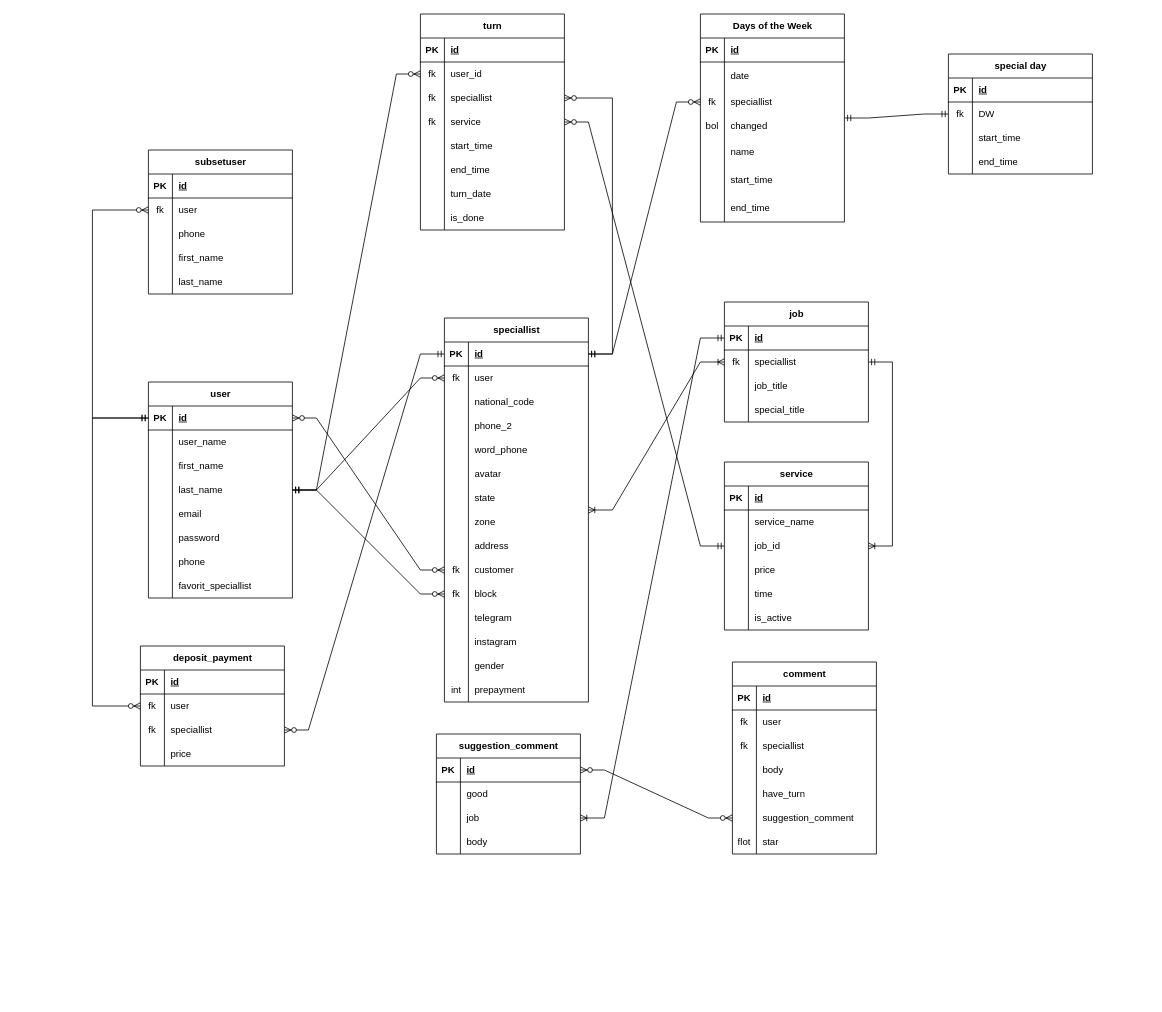
Before: Untitled Diagram.drawio in mahdizo3181/downloader, a draw.io diagram. Source tidied: cells renumbered, new cells numbered last; positions are measured from the earlier drawing's top-left corner, leaving out a move shared by most shapes. Both pictures are drawn from the tidied source at 80%, with x=0, y=0 at pixel (92, 14).
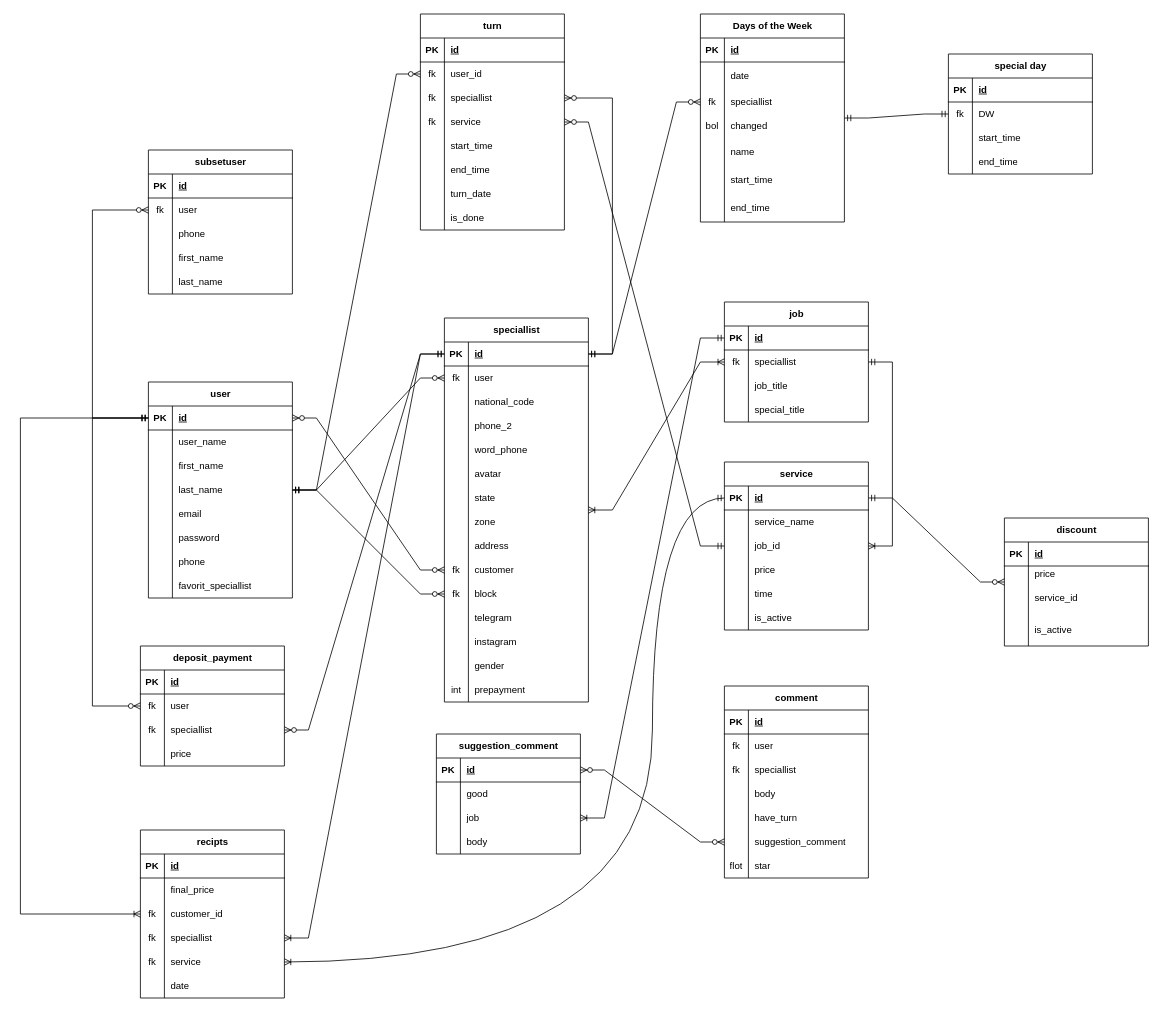
The same page after the edit.

Unchanged cells that the change refers to:
```xml
<mxCell id="3" style="shape=tableRow;horizontal=0;startSize=0;swimlaneHead=0;swimlaneBody=0;fillColor=none;points=[[0,0.5],[1,0.5]];portConstraint=eastwest;top=0;left=0;right=0;bottom=1;" parent="2" vertex="1">
  <mxGeometry y="30" width="180" height="30" as="geometry" />
</mxCell>
<mxCell id="49" style="shape=tableRow;horizontal=0;startSize=0;swimlaneHead=0;swimlaneBody=0;fillColor=none;points=[[0,0.5],[1,0.5]];portConstraint=eastwest;top=0;left=0;right=0;bottom=1;" parent="48" vertex="1">
  <mxGeometry y="30" width="180" height="30" as="geometry" />
</mxCell>
<mxCell id="90" style="shape=tableRow;horizontal=0;startSize=0;swimlaneHead=0;swimlaneBody=0;fillColor=none;points=[[0,0.5],[1,0.5]];portConstraint=eastwest;top=0;left=0;right=0;bottom=1;" parent="89" vertex="1">
  <mxGeometry y="30" width="180" height="30" as="geometry" />
</mxCell>
```

Diff of the diagram source:
```diff
@@
     <mxCell id="108" value="comment" style="shape=table;startSize=30;childLayout=tableLayout;rowLines=0;fontStyle=1;align=center;html=1;" parent="1" vertex="1">
-      <mxGeometry x="800" y="810" width="180" height="240" as="geometry" />
+      <mxGeometry x="790" y="840" width="180" height="240" as="geometry" />
     </mxCell>
@@
+    <mxCell id="244" value="discount" style="shape=table;startSize=30;childLayout=tableLayout;rowLines=0;fontStyle=1;align=center;html=1;" parent="1" vertex="1">
+      <mxGeometry x="1140" y="630" width="180" height="160" as="geometry" />
+    </mxCell>
+    <mxCell id="245" style="shape=tableRow;horizontal=0;startSize=0;swimlaneHead=0;swimlaneBody=0;fillColor=none;top=0;left=0;right=0;bottom=1;" parent="244" vertex="1">
+      <mxGeometry y="30" width="180" height="30" as="geometry" />
+    </mxCell>
+    <mxCell id="246" value="PK" style="shape=partialRectangle;fillColor=none;top=0;left=0;bottom=0;right=0;fontStyle=1;overflow=hidden;whiteSpace=wrap;html=1;" parent="245" vertex="1">
+      <mxGeometry width="30" height="30" as="geometry" />
+    </mxCell>
+    <mxCell id="247" value="id" style="shape=partialRectangle;fillColor=none;top=0;left=0;bottom=0;right=0;align=left;spacingLeft=6;fontStyle=5;overflow=hidden;whiteSpace=wrap;html=1;" parent="245" vertex="1">
+      <mxGeometry x="30" width="150" height="30" as="geometry" />
+    </mxCell>
+    <mxCell id="248" style="shape=tableRow;horizontal=0;startSize=0;swimlaneHead=0;swimlaneBody=0;fillColor=none;top=0;left=0;right=0;bottom=0;" parent="244" vertex="1">
+      <mxGeometry y="60" width="180" height="20" as="geometry" />
+    </mxCell>
+    <mxCell id="249" style="shape=partialRectangle;fillColor=none;top=0;left=0;bottom=0;right=0;overflow=hidden;whiteSpace=wrap;html=1;" parent="248" vertex="1">
+      <mxGeometry width="30" height="20" as="geometry" />
+    </mxCell>
+    <mxCell id="250" value="price" style="shape=partialRectangle;fillColor=none;top=0;left=0;bottom=0;right=0;align=left;spacingLeft=6;overflow=hidden;whiteSpace=wrap;html=1;" parent="248" vertex="1">
+      <mxGeometry x="30" width="150" height="20" as="geometry" />
+    </mxCell>
+    <mxCell id="251" style="shape=tableRow;horizontal=0;startSize=0;swimlaneHead=0;swimlaneBody=0;fillColor=none;top=0;left=0;right=0;bottom=0;" parent="244" vertex="1">
+      <mxGeometry y="80" width="180" height="40" as="geometry" />
+    </mxCell>
+    <mxCell id="252" style="shape=partialRectangle;fillColor=none;top=0;left=0;bottom=0;right=0;overflow=hidden;whiteSpace=wrap;html=1;" parent="251" vertex="1">
+      <mxGeometry width="30" height="40" as="geometry" />
+    </mxCell>
+    <mxCell id="253" value="service_id" style="shape=partialRectangle;fillColor=none;top=0;left=0;bottom=0;right=0;align=left;spacingLeft=6;overflow=hidden;whiteSpace=wrap;html=1;" parent="251" vertex="1">
+      <mxGeometry x="30" width="150" height="40" as="geometry" />
+    </mxCell>
+    <mxCell id="254" style="shape=tableRow;horizontal=0;startSize=0;swimlaneHead=0;swimlaneBody=0;fillColor=none;top=0;left=0;right=0;bottom=0;" parent="244" vertex="1">
+      <mxGeometry y="120" width="180" height="40" as="geometry" />
+    </mxCell>
+    <mxCell id="255" style="shape=partialRectangle;fillColor=none;top=0;left=0;bottom=0;right=0;overflow=hidden;whiteSpace=wrap;html=1;" parent="254" vertex="1">
+      <mxGeometry width="30" height="40" as="geometry" />
+    </mxCell>
+    <mxCell id="256" value="is_active" style="shape=partialRectangle;fillColor=none;top=0;left=0;bottom=0;right=0;align=left;spacingLeft=6;overflow=hidden;whiteSpace=wrap;html=1;" parent="254" vertex="1">
+      <mxGeometry x="30" width="150" height="40" as="geometry" />
+    </mxCell>
+    <mxCell id="257" style="edgeStyle=entityRelationEdgeStyle;fontSize=12;html=1;endArrow=ERzeroToMany;startArrow=ERmandOne;rounded=0;" parent="1" edge="1" source="90" target="244">
+      <mxGeometry relative="1" as="geometry" />
+    </mxCell>
+    <mxCell id="258" value="recipts" style="shape=table;startSize=30;childLayout=tableLayout;rowLines=0;fontStyle=1;align=center;html=1;" parent="1" vertex="1">
+      <mxGeometry x="60" y="1020" width="180" height="210" as="geometry" />
+    </mxCell>
+    <mxCell id="259" style="shape=tableRow;horizontal=0;startSize=0;swimlaneHead=0;swimlaneBody=0;fillColor=none;top=0;left=0;right=0;bottom=1;" parent="258" vertex="1">
+      <mxGeometry y="30" width="180" height="30" as="geometry" />
+    </mxCell>
+    <mxCell id="260" value="PK" style="shape=partialRectangle;fillColor=none;top=0;left=0;bottom=0;right=0;fontStyle=1;overflow=hidden;whiteSpace=wrap;html=1;" parent="259" vertex="1">
+      <mxGeometry width="30" height="30" as="geometry" />
+    </mxCell>
+    <mxCell id="261" value="id" style="shape=partialRectangle;fillColor=none;top=0;left=0;bottom=0;right=0;align=left;spacingLeft=6;fontStyle=5;overflow=hidden;whiteSpace=wrap;html=1;" parent="259" vertex="1">
+      <mxGeometry x="30" width="150" height="30" as="geometry" />
+    </mxCell>
+    <mxCell id="262" style="shape=tableRow;horizontal=0;startSize=0;swimlaneHead=0;swimlaneBody=0;fillColor=none;top=0;left=0;right=0;bottom=0;" parent="258" vertex="1">
+      <mxGeometry y="60" width="180" height="30" as="geometry" />
+    </mxCell>
+    <mxCell id="263" style="shape=partialRectangle;fillColor=none;top=0;left=0;bottom=0;right=0;overflow=hidden;whiteSpace=wrap;html=1;" parent="262" vertex="1">
+      <mxGeometry width="30" height="30" as="geometry" />
+    </mxCell>
+    <mxCell id="264" value="final_price" style="shape=partialRectangle;fillColor=none;top=0;left=0;bottom=0;right=0;align=left;spacingLeft=6;overflow=hidden;whiteSpace=wrap;html=1;" parent="262" vertex="1">
+      <mxGeometry x="30" width="150" height="30" as="geometry" />
+    </mxCell>
+    <mxCell id="265" style="shape=tableRow;horizontal=0;startSize=0;swimlaneHead=0;swimlaneBody=0;fillColor=none;points=[[0,0.5],[1,0.5]];portConstraint=eastwest;top=0;left=0;right=0;bottom=0;" parent="258" vertex="1">
+      <mxGeometry y="90" width="180" height="30" as="geometry" />
+    </mxCell>
+    <mxCell id="266" value="fk" style="shape=partialRectangle;fillColor=none;top=0;left=0;bottom=0;right=0;overflow=hidden;whiteSpace=wrap;html=1;" parent="265" vertex="1">
+      <mxGeometry width="30" height="30" as="geometry" />
+    </mxCell>
+    <mxCell id="267" value="customer_id" style="shape=partialRectangle;fillColor=none;top=0;left=0;bottom=0;right=0;align=left;spacingLeft=6;overflow=hidden;whiteSpace=wrap;html=1;" parent="265" vertex="1">
+      <mxGeometry x="30" width="150" height="30" as="geometry" />
+    </mxCell>
+    <mxCell id="268" style="shape=tableRow;horizontal=0;startSize=0;swimlaneHead=0;swimlaneBody=0;fillColor=none;points=[[0,0.5],[1,0.5]];portConstraint=eastwest;top=0;left=0;right=0;bottom=0;" parent="258" vertex="1">
+      <mxGeometry y="120" width="180" height="30" as="geometry" />
+    </mxCell>
+    <mxCell id="269" value="fk" style="shape=partialRectangle;fillColor=none;top=0;left=0;bottom=0;right=0;overflow=hidden;whiteSpace=wrap;html=1;" parent="268" vertex="1">
+      <mxGeometry width="30" height="30" as="geometry" />
+    </mxCell>
+    <mxCell id="270" value="speciallist" style="shape=partialRectangle;fillColor=none;top=0;left=0;bottom=0;right=0;align=left;spacingLeft=6;overflow=hidden;whiteSpace=wrap;html=1;" parent="268" vertex="1">
+      <mxGeometry x="30" width="150" height="30" as="geometry" />
+    </mxCell>
+    <mxCell id="271" style="shape=tableRow;horizontal=0;startSize=0;swimlaneHead=0;swimlaneBody=0;fillColor=none;points=[[0,0.5],[1,0.5]];portConstraint=eastwest;top=0;left=0;right=0;bottom=0;" parent="258" vertex="1">
+      <mxGeometry y="150" width="180" height="30" as="geometry" />
+    </mxCell>
+    <mxCell id="272" value="fk" style="shape=partialRectangle;fillColor=none;top=0;left=0;bottom=0;right=0;overflow=hidden;whiteSpace=wrap;html=1;" parent="271" vertex="1">
+      <mxGeometry width="30" height="30" as="geometry" />
+    </mxCell>
+    <mxCell id="273" value="service" style="shape=partialRectangle;fillColor=none;top=0;left=0;bottom=0;right=0;align=left;spacingLeft=6;overflow=hidden;whiteSpace=wrap;html=1;" parent="271" vertex="1">
+      <mxGeometry x="30" width="150" height="30" as="geometry" />
+    </mxCell>
+    <mxCell id="274" style="shape=tableRow;horizontal=0;startSize=0;swimlaneHead=0;swimlaneBody=0;fillColor=none;top=0;left=0;right=0;bottom=0;" parent="258" vertex="1">
+      <mxGeometry y="180" width="180" height="30" as="geometry" />
+    </mxCell>
+    <mxCell id="275" style="shape=partialRectangle;fillColor=none;top=0;left=0;bottom=0;right=0;overflow=hidden;whiteSpace=wrap;html=1;" parent="274" vertex="1">
+      <mxGeometry width="30" height="30" as="geometry" />
+    </mxCell>
+    <mxCell id="276" value="date" style="shape=partialRectangle;fillColor=none;top=0;left=0;bottom=0;right=0;align=left;spacingLeft=6;overflow=hidden;whiteSpace=wrap;html=1;" parent="274" vertex="1">
+      <mxGeometry x="30" width="150" height="30" as="geometry" />
+    </mxCell>
+    <mxCell id="277" style="edgeStyle=elbowEdgeStyle;fontSize=12;html=1;endArrow=ERoneToMany;startArrow=ERmandOne;rounded=0;" parent="1" edge="1" source="49" target="265">
+      <mxGeometry relative="1" as="geometry">
+        <Array as="points">
+          <mxPoint x="-90" y="910" />
+        </Array>
+      </mxGeometry>
+    </mxCell>
+    <mxCell id="278" style="edgeStyle=entityRelationEdgeStyle;fontSize=12;html=1;endArrow=ERoneToMany;startArrow=ERmandOne;rounded=0;" parent="1" edge="1" source="3" target="268">
+      <mxGeometry relative="1" as="geometry" />
+    </mxCell>
+    <mxCell id="279" style="edgeStyle=orthogonalEdgeStyle;fontSize=12;html=1;endArrow=ERoneToMany;startArrow=ERmandOne;rounded=0;curved=1;" parent="1" edge="1" source="90" target="271">
+      <mxGeometry relative="1" as="geometry">
+        <Array as="points">
+          <mxPoint x="700" y="605" />
+          <mxPoint x="700" y="1185" />
+        </Array>
+      </mxGeometry>
+    </mxCell>
```
